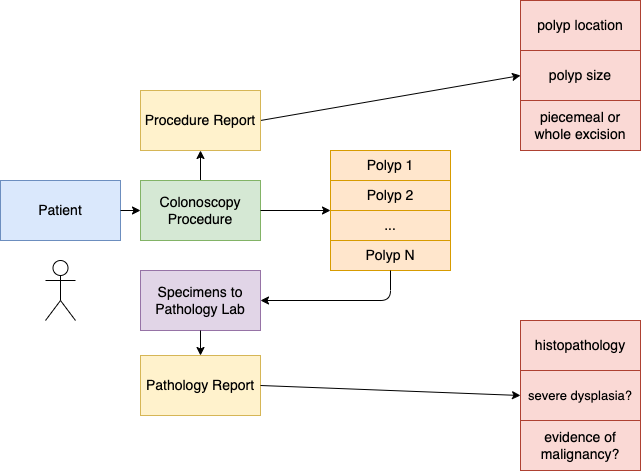
Earlier version of the draw.io export input/images/HighLevelInformationModel2.png (dhes/ColonoscopyPolyp). Source tidied: cells renumbered, new cells last; positions are measured from the earlier drawing's top-left corner, leaving out a move shared by most shapes.
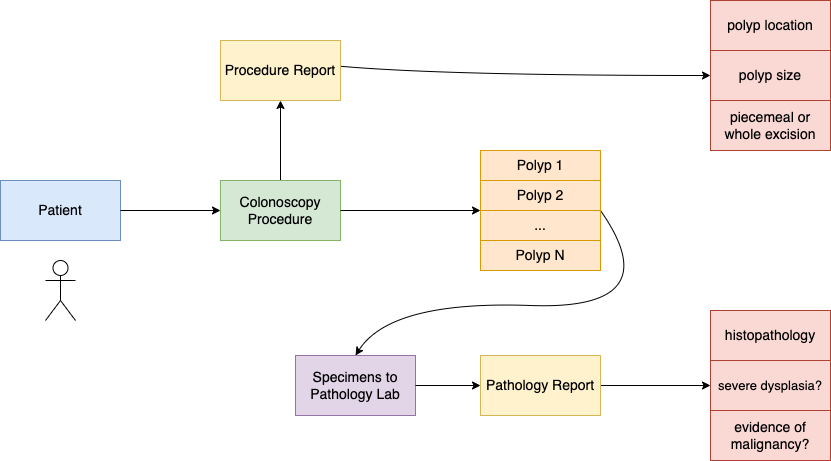
Later version of the same file.

What changed in the source:
```diff
@@ -9,75 +9,76 @@
       <mxGeometry relative="1" as="geometry" />
     </mxCell>
     <mxCell id="4" value="&lt;font style=&quot;font-size: 14px&quot;&gt;Colonoscopy Procedure&lt;/font&gt;" style="rounded=0;whiteSpace=wrap;html=1;fillColor=#d5e8d4;strokeColor=#82b366;" parent="1" vertex="1">
-      <mxGeometry x="140" y="180" width="120" height="60" as="geometry" />
+      <mxGeometry x="220" y="180" width="120" height="60" as="geometry" />
     </mxCell>
     <mxCell id="5" value="&lt;font style=&quot;font-size: 14px;&quot;&gt;Polyp 1&lt;/font&gt;" style="rounded=0;whiteSpace=wrap;html=1;fillColor=#ffe6cc;strokeColor=#d79b00;" parent="1" vertex="1">
-      <mxGeometry x="330" y="150" width="120" height="30" as="geometry" />
+      <mxGeometry x="480" y="150" width="120" height="30" as="geometry" />
     </mxCell>
     <mxCell id="6" value="&lt;font style=&quot;font-size: 14px;&quot;&gt;Polyp 2&lt;/font&gt;" style="rounded=0;whiteSpace=wrap;html=1;fillColor=#ffe6cc;strokeColor=#d79b00;" parent="1" vertex="1">
-      <mxGeometry x="330" y="180" width="120" height="30" as="geometry" />
+      <mxGeometry x="480" y="180" width="120" height="30" as="geometry" />
     </mxCell>
     <mxCell id="7" value="&lt;font style=&quot;font-size: 14px;&quot;&gt;Polyp N&lt;/font&gt;" style="rounded=0;whiteSpace=wrap;html=1;fillColor=#ffe6cc;strokeColor=#d79b00;" parent="1" vertex="1">
-      <mxGeometry x="330" y="240" width="120" height="30" as="geometry" />
+      <mxGeometry x="480" y="240" width="120" height="30" as="geometry" />
     </mxCell>
-    <mxCell id="8" style="endArrow=classic;html=1;rounded=0;fontSize=6;exitX=1;exitY=0.5;exitDx=0;exitDy=0;entryX=0;entryY=0.5;entryDx=0;entryDy=0;" parent="1" edge="1" source="16" target="9">
-      <mxGeometry relative="1" as="geometry" />
+    <mxCell id="8" style="endArrow=classic;html=1;fontSize=6;exitX=0.5;exitY=0;exitDx=0;exitDy=0;entryX=0;entryY=0.5;entryDx=0;entryDy=0;curved=1;" parent="1" edge="1" source="16" target="9">
+      <mxGeometry relative="1" as="geometry">
+        <Array as="points">
+          <mxPoint x="200" y="75" />
+        </Array>
+      </mxGeometry>
     </mxCell>
     <mxCell id="9" value="&lt;font style=&quot;font-size: 14px&quot;&gt;polyp size&lt;/font&gt;" style="rounded=0;whiteSpace=wrap;html=1;fontSize=6;fillColor=#fad9d5;strokeColor=#ae4132;" parent="1" vertex="1">
-      <mxGeometry x="520" y="50" width="120" height="50" as="geometry" />
+      <mxGeometry x="710" y="50" width="120" height="50" as="geometry" />
     </mxCell>
     <mxCell id="10" value="&lt;font style=&quot;font-size: 14px&quot;&gt;polyp location&lt;/font&gt;" style="rounded=0;whiteSpace=wrap;html=1;fontSize=6;fillColor=#fad9d5;strokeColor=#ae4132;" parent="1" vertex="1">
-      <mxGeometry x="520" width="120" height="50" as="geometry" />
+      <mxGeometry x="710" width="120" height="50" as="geometry" />
     </mxCell>
     <mxCell id="11" value="&lt;font style=&quot;font-size: 14px;&quot;&gt;histopathology&lt;/font&gt;" style="rounded=0;whiteSpace=wrap;html=1;fontSize=6;fillColor=#fad9d5;strokeColor=#ae4132;" parent="1" vertex="1">
-      <mxGeometry x="520" y="320" width="120" height="50" as="geometry" />
+      <mxGeometry x="710" y="310" width="120" height="50" as="geometry" />
     </mxCell>
     <mxCell id="12" value="&lt;font style=&quot;font-size: 13px;&quot;&gt;severe dysplasia?&lt;/font&gt;" style="rounded=0;whiteSpace=wrap;html=1;fontSize=6;fillColor=#fad9d5;strokeColor=#ae4132;" parent="1" vertex="1">
-      <mxGeometry x="520" y="370" width="120" height="50" as="geometry" />
+      <mxGeometry x="710" y="360" width="120" height="50" as="geometry" />
     </mxCell>
     <mxCell id="13" value="&lt;font style=&quot;font-size: 14px;&quot;&gt;evidence of malignancy?&lt;/font&gt;" style="rounded=0;whiteSpace=wrap;html=1;fontSize=6;fillColor=#fad9d5;strokeColor=#ae4132;" parent="1" vertex="1">
-      <mxGeometry x="520" y="420" width="120" height="50" as="geometry" />
+      <mxGeometry x="710" y="410" width="120" height="50" as="geometry" />
     </mxCell>
     <mxCell id="14" style="shape=umlActor;verticalLabelPosition=bottom;verticalAlign=top;html=1;fontSize=14;rounded=0;" parent="1" vertex="1">
       <mxGeometry x="45" y="260" width="30" height="60" as="geometry" />
     </mxCell>
-    <mxCell id="15" style="endArrow=classic;html=1;rounded=0;fontSize=14;" parent="1" edge="1" source="2">
-      <mxGeometry relative="1" as="geometry">
-        <mxPoint x="140" y="210" as="targetPoint" />
-      </mxGeometry>
+    <mxCell id="15" style="endArrow=classic;html=1;rounded=0;fontSize=14;entryX=0;entryY=0.5;entryDx=0;entryDy=0;exitX=1;exitY=0.5;exitDx=0;exitDy=0;" parent="1" edge="1" source="2" target="4">
+      <mxGeometry relative="1" as="geometry" />
     </mxCell>
     <mxCell id="16" value="&lt;font style=&quot;font-size: 14px&quot;&gt;Procedure Report&lt;/font&gt;" style="rounded=0;whiteSpace=wrap;html=1;fillColor=#fff2cc;strokeColor=#d6b656;" parent="1" vertex="1">
-      <mxGeometry x="140" y="90" width="120" height="60" as="geometry" />
+      <mxGeometry x="220" y="40" width="120" height="60" as="geometry" />
     </mxCell>
-    <mxCell id="17" style="edgeStyle=none;html=1;entryX=1;entryY=0.5;entryDx=0;entryDy=0;" parent="1" edge="1" source="7" target="18">
+    <mxCell id="17" style="edgeStyle=none;html=1;entryX=0.5;entryY=0;entryDx=0;entryDy=0;curved=1;exitX=1;exitY=0;exitDx=0;exitDy=0;" parent="1" edge="1" source="19" target="18">
       <mxGeometry relative="1" as="geometry">
         <Array as="points">
+          <mxPoint x="670" y="310" />
           <mxPoint x="390" y="300" />
         </Array>
       </mxGeometry>
     </mxCell>
     <mxCell id="18" value="&lt;span style=&quot;font-size: 14px&quot;&gt;Specimens to Pathology Lab&lt;br&gt;&lt;/span&gt;" style="rounded=0;whiteSpace=wrap;html=1;fillColor=#e1d5e7;strokeColor=#9673a6;" parent="1" vertex="1">
-      <mxGeometry x="140" y="270" width="120" height="60" as="geometry" />
+      <mxGeometry x="295" y="355" width="120" height="60" as="geometry" />
     </mxCell>
     <mxCell id="19" value="&lt;font style=&quot;font-size: 14px&quot;&gt;...&lt;/font&gt;" style="rounded=0;whiteSpace=wrap;html=1;fillColor=#ffe6cc;strokeColor=#d79b00;" parent="1" vertex="1">
-      <mxGeometry x="330" y="210" width="120" height="30" as="geometry" />
+      <mxGeometry x="480" y="210" width="120" height="30" as="geometry" />
     </mxCell>
     <mxCell id="20" value="&lt;span style=&quot;font-size: 14px&quot;&gt;piecemeal or whole excision&lt;/span&gt;" style="rounded=0;whiteSpace=wrap;html=1;fontSize=6;fillColor=#fad9d5;strokeColor=#ae4132;" parent="1" vertex="1">
-      <mxGeometry x="520" y="100" width="120" height="50" as="geometry" />
+      <mxGeometry x="710" y="100" width="120" height="50" as="geometry" />
     </mxCell>
-    <mxCell id="21" value="&lt;font style=&quot;font-size: 14px&quot;&gt;Pathology Report&lt;/font&gt;" style="rounded=0;whiteSpace=wrap;html=1;fillColor=#fff2cc;strokeColor=#d6b656;" parent="1" vertex="1">
-      <mxGeometry x="140" y="355" width="120" height="60" as="geometry" />
-    </mxCell>
-    <mxCell id="22" style="endArrow=classic;html=1;rounded=0;fontSize=6;exitX=0.5;exitY=1;exitDx=0;exitDy=0;entryX=0.5;entryY=0;entryDx=0;entryDy=0;" parent="1" edge="1" source="18" target="21">
+    <mxCell id="22" style="endArrow=classic;html=1;rounded=0;fontSize=6;exitX=1;exitY=0.5;exitDx=0;exitDy=0;entryX=0;entryY=0.5;entryDx=0;entryDy=0;" parent="1" edge="1" source="18" target="21">
       <mxGeometry relative="1" as="geometry" />
     </mxCell>
-    <mxCell id="23" style="endArrow=classic;html=1;entryX=0;entryY=0.5;entryDx=0;entryDy=0;" parent="1" edge="1" target="12">
-      <mxGeometry relative="1" as="geometry">
-        <mxPoint x="260" y="385" as="sourcePoint" />
-      </mxGeometry>
+    <mxCell id="23" style="endArrow=classic;html=1;entryX=0;entryY=0.5;entryDx=0;entryDy=0;startArrow=none;" parent="1" edge="1" source="21" target="12">
+      <mxGeometry relative="1" as="geometry" />
     </mxCell>
     <mxCell id="24" style="endArrow=classic;html=1;entryX=0;entryY=0;entryDx=0;entryDy=0;exitX=1;exitY=0.5;exitDx=0;exitDy=0;" parent="1" edge="1" source="4" target="19">
       <mxGeometry relative="1" as="geometry" />
     </mxCell>
+    <mxCell id="21" value="&lt;font style=&quot;font-size: 14px&quot;&gt;Pathology Report&lt;/font&gt;" style="rounded=0;whiteSpace=wrap;html=1;fillColor=#fff2cc;strokeColor=#d6b656;" parent="1" vertex="1">
+      <mxGeometry x="480" y="355" width="120" height="60" as="geometry" />
+    </mxCell>
   </root>
 </mxGraphModel>
```
